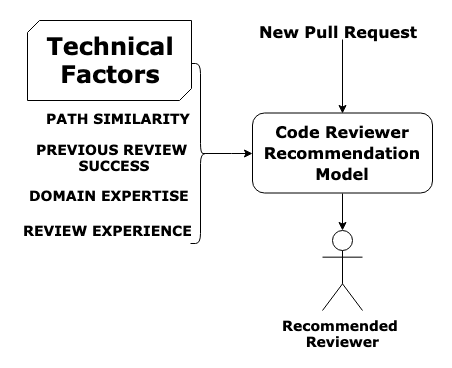
emredogan7/esem2019-paper-presentation keeps this draw.io diagram as img/algos.png. Above is the earlier version. Source tidied: cells renumbered, new cells last; positions are measured from the earlier drawing's top-left corner, leaving out a move shared by most shapes. The source it was exported from:
```xml
<mxGraphModel>
  <root>
    <mxCell id="0" />
    <mxCell id="1" parent="0" />
    <mxCell id="2" style="edgeStyle=orthogonalEdgeStyle;rounded=0;jettySize=auto;html=1;exitX=0.5;exitY=1;exitDx=0;exitDy=0;" parent="1" edge="1" source="3" target="12">
      <mxGeometry relative="1" as="geometry" />
    </mxCell>
    <mxCell id="3" value="&lt;font face=&quot;Verdana&quot;&gt;&lt;b&gt;Code Reviewer Recommendation Model&lt;/b&gt;&lt;/font&gt;" style="rounded=1;whiteSpace=wrap;html=1;fontSize=16;" parent="1" vertex="1">
      <mxGeometry x="233" y="93.5" width="180" height="80" as="geometry" />
    </mxCell>
    <mxCell id="4" style="edgeStyle=orthogonalEdgeStyle;rounded=0;jettySize=auto;html=1;exitX=0.1;exitY=0.5;exitDx=0;exitDy=0;exitPerimeter=0;" parent="1" edge="1" source="5" target="3">
      <mxGeometry relative="1" as="geometry" />
    </mxCell>
    <mxCell id="5" style="shape=curlyBracket;whiteSpace=wrap;html=1;rounded=1;rotation=180;" parent="1" vertex="1">
      <mxGeometry x="171" y="44" width="20" height="180" as="geometry" />
    </mxCell>
    <mxCell id="6" value="&lt;font face=&quot;Verdana&quot; style=&quot;font-size: 14px&quot;&gt;&lt;b&gt;PATH SIMILARITY&lt;/b&gt;&lt;/font&gt;" style="text;html=1;align=left;verticalAlign=top;spacingTop=-4;" parent="1" vertex="1">
      <mxGeometry x="25" y="89" width="160" height="20" as="geometry" />
    </mxCell>
    <mxCell id="7" value="&lt;font face=&quot;Verdana&quot; style=&quot;font-size: 14px&quot;&gt;&lt;b&gt;PREVIOUS REVIEW&lt;br&gt;&amp;nbsp;SUCCESS&lt;/b&gt;&lt;/font&gt;" style="text;html=1;align=center;verticalAlign=top;spacingTop=-4;" parent="1" vertex="1">
      <mxGeometry x="7" y="120" width="170" height="30" as="geometry" />
    </mxCell>
    <mxCell id="8" value="&lt;b&gt;&lt;font face=&quot;Verdana&quot; style=&quot;font-size: 14px&quot;&gt;DOMAIN EXPERTISE&lt;/font&gt;&lt;/b&gt;" style="text;html=1;align=center;verticalAlign=top;spacingTop=-4;" parent="1" vertex="1">
      <mxGeometry y="165.5" width="180" height="20" as="geometry" />
    </mxCell>
    <mxCell id="9" value="&lt;b&gt;&lt;font face=&quot;Verdana&quot; style=&quot;font-size: 14px&quot;&gt;REVIEW EXPERIENCE&lt;/font&gt;&lt;/b&gt;" style="text;html=1;align=left;verticalAlign=top;spacingTop=-4;" parent="1" vertex="1">
      <mxGeometry x="2" y="201" width="180" height="20" as="geometry" />
    </mxCell>
    <mxCell id="10" style="verticalLabelPosition=bottom;verticalAlign=top;html=1;shape=mxgraph.basic.diag_snip_rect;dx=6;" parent="1" vertex="1">
      <mxGeometry x="8" y="1" width="164" height="80" as="geometry" />
    </mxCell>
    <mxCell id="11" value="&lt;font face=&quot;Verdana&quot;&gt;&lt;span style=&quot;font-size: 24px&quot;&gt;&lt;b&gt;Technical Factors&lt;/b&gt;&lt;/span&gt;&lt;/font&gt;" style="text;html=1;strokeColor=none;fillColor=none;align=center;verticalAlign=middle;whiteSpace=wrap;rounded=0;" parent="1" vertex="1">
      <mxGeometry x="26" y="20" width="130" height="40" as="geometry" />
    </mxCell>
    <mxCell id="12" value="&lt;font style=&quot;font-size: 14px&quot; face=&quot;Verdana&quot;&gt;&lt;b&gt;Recommended&amp;nbsp;&lt;br&gt;Reviewer&lt;/b&gt;&lt;/font&gt;" style="shape=umlActor;verticalLabelPosition=bottom;labelBackgroundColor=#ffffff;verticalAlign=top;html=1;outlineConnect=0;" parent="1" vertex="1">
      <mxGeometry x="303" y="211" width="40" height="80" as="geometry" />
    </mxCell>
    <mxCell id="13" style="edgeStyle=orthogonalEdgeStyle;rounded=0;jettySize=auto;html=1;entryX=0.5;entryY=0;entryDx=0;entryDy=0;" parent="1" edge="1" source="14" target="3">
      <mxGeometry relative="1" as="geometry" />
    </mxCell>
    <mxCell id="14" value="&lt;font face=&quot;Verdana&quot; style=&quot;font-size: 16px&quot;&gt;&lt;b&gt;New Pull Request&lt;/b&gt;&lt;/font&gt;" style="text;html=1;points=[];align=left;verticalAlign=top;spacingTop=-4;" parent="1" vertex="1">
      <mxGeometry x="238" width="170" height="20" as="geometry" />
    </mxCell>
  </root>
</mxGraphModel>
```
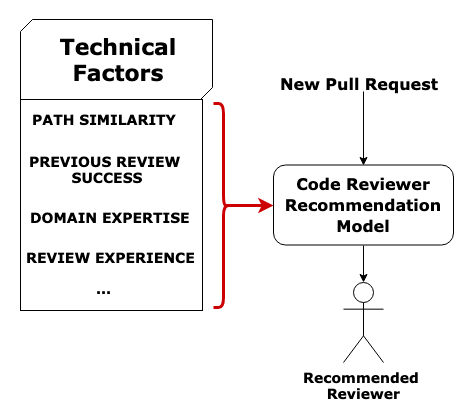
The same file after the commit.

Change to the diagram source:
```diff
@@ -8,38 +8,44 @@
     <mxCell id="3" value="&lt;font face=&quot;Verdana&quot;&gt;&lt;b&gt;Code Reviewer Recommendation Model&lt;/b&gt;&lt;/font&gt;" style="rounded=1;whiteSpace=wrap;html=1;fontSize=16;" parent="1" vertex="1">
       <mxGeometry x="233" y="93.5" width="180" height="80" as="geometry" />
     </mxCell>
-    <mxCell id="4" style="edgeStyle=orthogonalEdgeStyle;rounded=0;jettySize=auto;html=1;exitX=0.1;exitY=0.5;exitDx=0;exitDy=0;exitPerimeter=0;" parent="1" edge="1" source="5" target="3">
-      <mxGeometry relative="1" as="geometry" />
-    </mxCell>
-    <mxCell id="5" style="shape=curlyBracket;whiteSpace=wrap;html=1;rounded=1;rotation=180;" parent="1" vertex="1">
-      <mxGeometry x="171" y="44" width="20" height="180" as="geometry" />
-    </mxCell>
+    <mxCell id="12" value="&lt;font style=&quot;font-size: 14px&quot; face=&quot;Verdana&quot;&gt;&lt;b&gt;Recommended&amp;nbsp;&lt;br&gt;Reviewer&lt;/b&gt;&lt;/font&gt;" style="shape=umlActor;verticalLabelPosition=bottom;labelBackgroundColor=#ffffff;verticalAlign=top;html=1;outlineConnect=0;" parent="1" vertex="1">
+      <mxGeometry x="303" y="211" width="40" height="80" as="geometry" />
+    </mxCell>
+    <mxCell id="13" style="edgeStyle=orthogonalEdgeStyle;rounded=0;jettySize=auto;html=1;entryX=0.5;entryY=0;entryDx=0;entryDy=0;" parent="1" edge="1" source="14" target="3">
+      <mxGeometry relative="1" as="geometry" />
+    </mxCell>
+    <mxCell id="14" value="&lt;font face=&quot;Verdana&quot; style=&quot;font-size: 16px&quot;&gt;&lt;b&gt;New Pull Request&lt;/b&gt;&lt;/font&gt;" style="text;html=1;points=[];align=left;verticalAlign=top;spacingTop=-4;" parent="1" vertex="1">
+      <mxGeometry x="238" width="170" height="20" as="geometry" />
+    </mxCell>
+    <mxCell id="15" style="rounded=0;whiteSpace=wrap;html=1;" parent="1" vertex="1">
+      <mxGeometry x="-20" y="28" width="182" height="211" as="geometry" />
+    </mxCell>
     <mxCell id="6" value="&lt;font face=&quot;Verdana&quot; style=&quot;font-size: 14px&quot;&gt;&lt;b&gt;PATH SIMILARITY&lt;/b&gt;&lt;/font&gt;" style="text;html=1;align=left;verticalAlign=top;spacingTop=-4;" parent="1" vertex="1">
-      <mxGeometry x="25" y="89" width="160" height="20" as="geometry" />
+      <mxGeometry x="-10" y="38" width="160" height="20" as="geometry" />
     </mxCell>
     <mxCell id="7" value="&lt;font face=&quot;Verdana&quot; style=&quot;font-size: 14px&quot;&gt;&lt;b&gt;PREVIOUS REVIEW&lt;br&gt;&amp;nbsp;SUCCESS&lt;/b&gt;&lt;/font&gt;" style="text;html=1;align=center;verticalAlign=top;spacingTop=-4;" parent="1" vertex="1">
-      <mxGeometry x="7" y="120" width="170" height="30" as="geometry" />
+      <mxGeometry x="-21" y="79.5" width="170" height="30" as="geometry" />
     </mxCell>
     <mxCell id="8" value="&lt;b&gt;&lt;font face=&quot;Verdana&quot; style=&quot;font-size: 14px&quot;&gt;DOMAIN EXPERTISE&lt;/font&gt;&lt;/b&gt;" style="text;html=1;align=center;verticalAlign=top;spacingTop=-4;" parent="1" vertex="1">
-      <mxGeometry y="165.5" width="180" height="20" as="geometry" />
+      <mxGeometry x="-20" y="135.5" width="180" height="20" as="geometry" />
     </mxCell>
     <mxCell id="9" value="&lt;b&gt;&lt;font face=&quot;Verdana&quot; style=&quot;font-size: 14px&quot;&gt;REVIEW EXPERIENCE&lt;/font&gt;&lt;/b&gt;" style="text;html=1;align=left;verticalAlign=top;spacingTop=-4;" parent="1" vertex="1">
-      <mxGeometry x="2" y="201" width="180" height="20" as="geometry" />
+      <mxGeometry x="-16" y="176" width="180" height="20" as="geometry" />
     </mxCell>
-    <mxCell id="10" style="verticalLabelPosition=bottom;verticalAlign=top;html=1;shape=mxgraph.basic.diag_snip_rect;dx=6;" parent="1" vertex="1">
-      <mxGeometry x="8" y="1" width="164" height="80" as="geometry" />
-    </mxCell>
+    <mxCell id="16" style="verticalLabelPosition=bottom;verticalAlign=top;html=1;shape=mxgraph.basic.diag_snip_rect;dx=6;" parent="1" vertex="1">
+      <mxGeometry x="-20" y="-52" width="192" height="80" as="geometry" />
+    </mxCell>
-    <mxCell id="11" value="&lt;font face=&quot;Verdana&quot;&gt;&lt;span style=&quot;font-size: 24px&quot;&gt;&lt;b&gt;Technical Factors&lt;/b&gt;&lt;/span&gt;&lt;/font&gt;" style="text;html=1;strokeColor=none;fillColor=none;align=center;verticalAlign=middle;whiteSpace=wrap;rounded=0;" parent="1" vertex="1">
-      <mxGeometry x="26" y="20" width="130" height="40" as="geometry" />
+    <mxCell id="11" value="&lt;font face=&quot;Verdana&quot; size=&quot;1&quot;&gt;&lt;b style=&quot;font-size: 22px&quot;&gt;Technical Factors&lt;/b&gt;&lt;/font&gt;" style="text;html=1;strokeColor=none;fillColor=none;align=center;verticalAlign=middle;whiteSpace=wrap;rounded=0;" parent="1" vertex="1">
+      <mxGeometry x="13" y="-32" width="130" height="40" as="geometry" />
     </mxCell>
-    <mxCell id="12" value="&lt;font style=&quot;font-size: 14px&quot; face=&quot;Verdana&quot;&gt;&lt;b&gt;Recommended&amp;nbsp;&lt;br&gt;Reviewer&lt;/b&gt;&lt;/font&gt;" style="shape=umlActor;verticalLabelPosition=bottom;labelBackgroundColor=#ffffff;verticalAlign=top;html=1;outlineConnect=0;" parent="1" vertex="1">
-      <mxGeometry x="303" y="211" width="40" height="80" as="geometry" />
-    </mxCell>
-    <mxCell id="13" style="edgeStyle=orthogonalEdgeStyle;rounded=0;jettySize=auto;html=1;entryX=0.5;entryY=0;entryDx=0;entryDy=0;" parent="1" edge="1" source="14" target="3">
-      <mxGeometry relative="1" as="geometry" />
-    </mxCell>
-    <mxCell id="14" value="&lt;font face=&quot;Verdana&quot; style=&quot;font-size: 16px&quot;&gt;&lt;b&gt;New Pull Request&lt;/b&gt;&lt;/font&gt;" style="text;html=1;points=[];align=left;verticalAlign=top;spacingTop=-4;" parent="1" vertex="1">
-      <mxGeometry x="238" width="170" height="20" as="geometry" />
-    </mxCell>
+    <mxCell id="17" value="&lt;b&gt;&lt;font face=&quot;Verdana&quot; style=&quot;font-size: 14px&quot;&gt;...&lt;/font&gt;&lt;/b&gt;" style="text;html=1;align=center;verticalAlign=top;spacingTop=-4;" parent="1" vertex="1">
+      <mxGeometry x="48" y="206.5" width="30" height="20" as="geometry" />
+    </mxCell>
+    <mxCell id="18" style="edgeStyle=orthogonalEdgeStyle;rounded=0;jettySize=auto;html=1;exitX=0.1;exitY=0.5;exitDx=0;exitDy=0;exitPerimeter=0;entryX=0;entryY=0.5;entryDx=0;entryDy=0;strokeWidth=3;strokeColor=#CC0000;" parent="1" edge="1" source="19" target="3">
+      <mxGeometry relative="1" as="geometry" />
+    </mxCell>
+    <mxCell id="19" style="shape=curlyBracket;whiteSpace=wrap;html=1;rounded=1;rotation=-180;strokeColor=#CC0000;strokeWidth=3;" parent="1" vertex="1">
+      <mxGeometry x="173" y="32" width="20" height="204" as="geometry" />
+    </mxCell>
   </root>
 </mxGraphModel>
```
